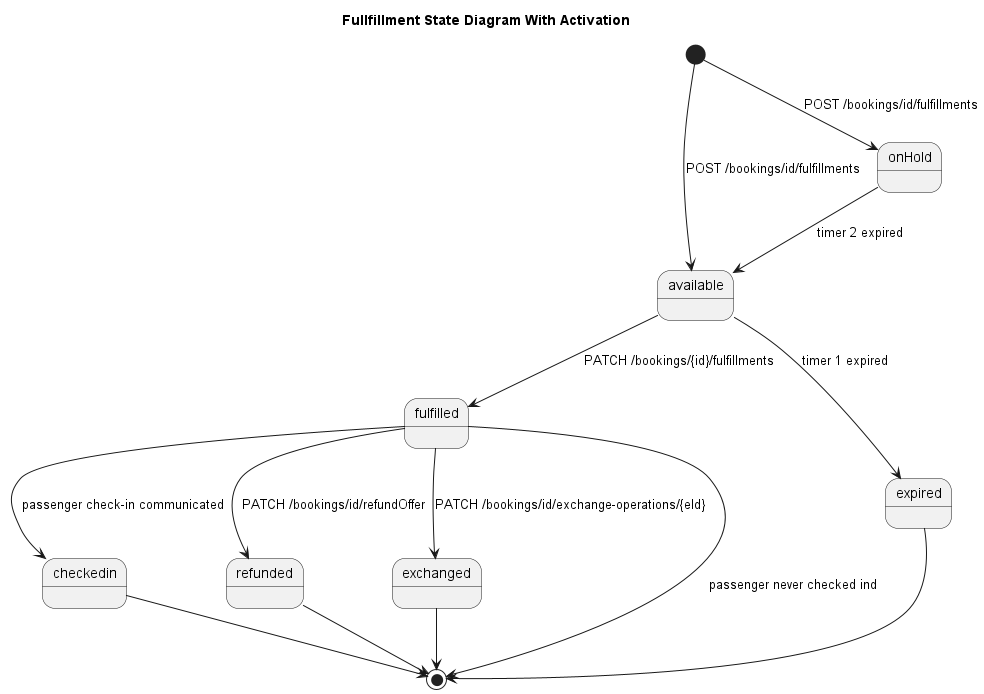
This is images/models/fulfillment-state-model-with-activation.png from UnionInternationalCheminsdeFer/OSDM, a PlantUML export, as it was before one commit.
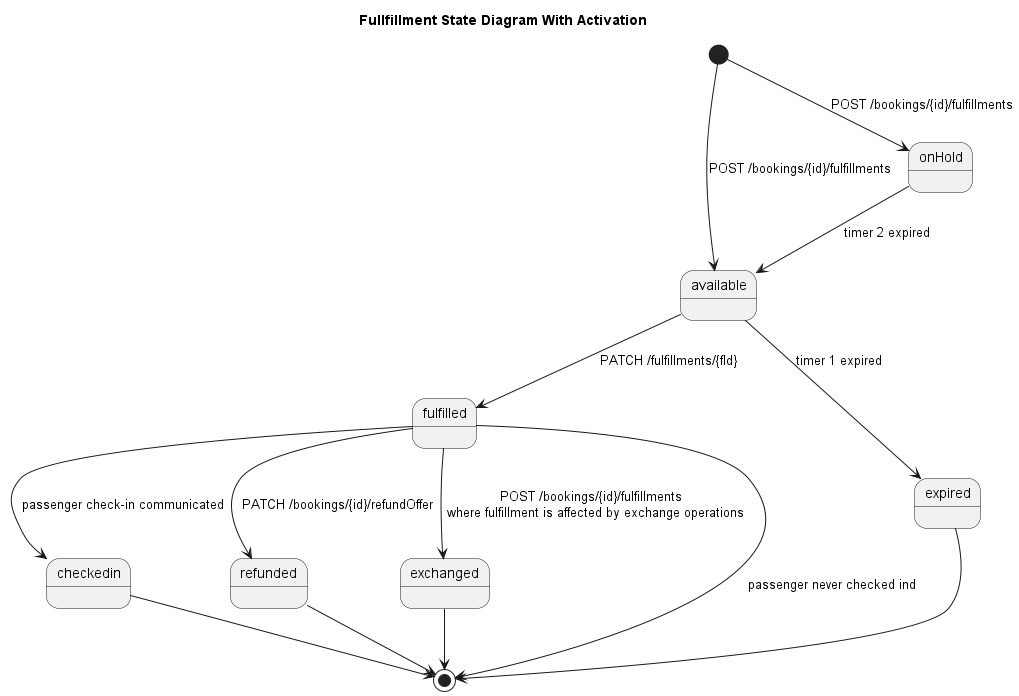
Later version of the same file.

Commit message:
Corrected images for state diagrams

The edit, as a diff of the source:
```diff
@@ -1,13 +1,13 @@
 @startuml
 title "Fullfillment State Diagram With Activation"
-[*] --> available: POST /bookings/id/fulfillments
-[*] --> onHold: POST /bookings/id/fulfillments
-available --> fulfilled: PATCH /bookings/{id}/fulfillments
+[*] --> available: POST /bookings/{id}/fulfillments
+[*] --> onHold: POST /bookings/{id}/fulfillments
+available --> fulfilled: PATCH /fulfillments/{fId}
 available --> expired: timer 1 expired
 onHold --> available: timer 2 expired
 fulfilled --> checkedin: passenger check-in communicated
-fulfilled --> refunded: PATCH /bookings/id/refundOffer
-fulfilled --> exchanged: PATCH /bookings/id/exchange-operations/{eId}
+fulfilled --> refunded: PATCH /bookings/{id}/refundOffer
+fulfilled --> exchanged: POST /bookings/{id}/fulfillments \n where fulfillment is affected by exchange operations
 checkedin --> [*]
 fulfilled --> [*]: passenger never checked ind
 refunded --> [*]
```
